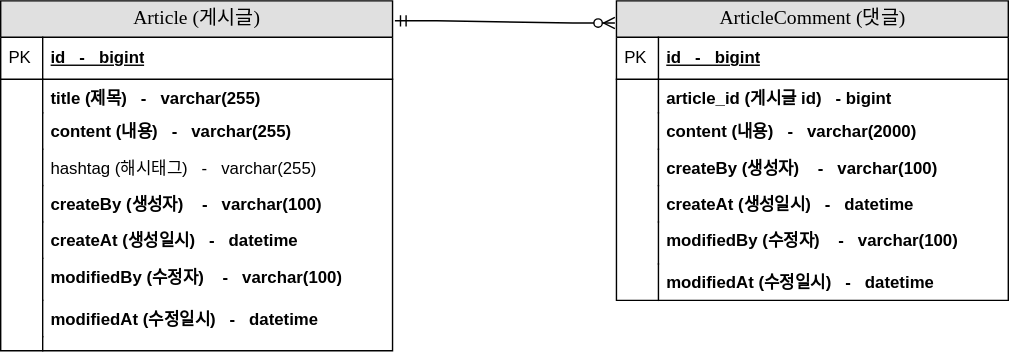
The draw.io diagram document/project-board-erd.svg in hyerinnn/basic-board, before a commit. Source tidied: cells renumbered, new cells last; positions are measured from the earlier drawing's top-left corner, leaving out a move shared by most shapes.
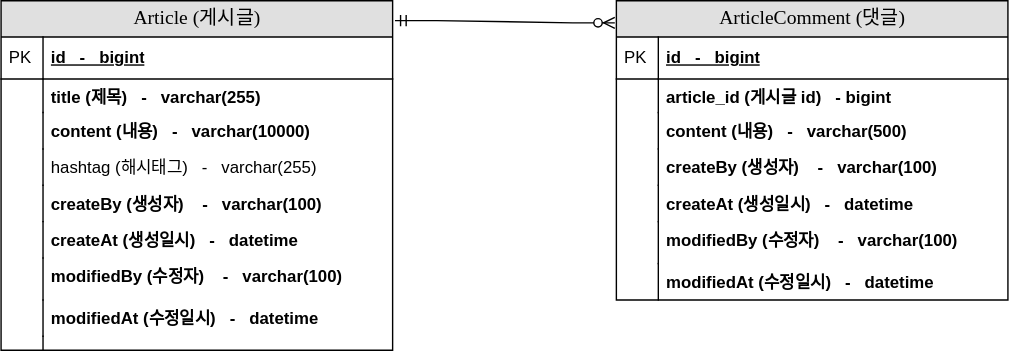
Later version of the same file.

Commit message:
#10 - erd 업데이트( content 사이즈 수정)

The edit, as a diff of the source:
```diff
@@ -17,7 +17,7 @@
     <mxCell id="6" style="shape=partialRectangle;top=0;left=0;bottom=0;html=1;fillColor=none;align=left;verticalAlign=top;spacingLeft=4;spacingRight=4;whiteSpace=wrap;overflow=hidden;" parent="5" vertex="1">
       <mxGeometry width="30" height="24" as="geometry" />
     </mxCell>
-    <mxCell id="7" value="content (내용)&amp;nbsp; &amp;nbsp;-&amp;nbsp; &amp;nbsp;varchar(255)" style="shape=partialRectangle;top=0;left=0;right=0;bottom=0;html=1;align=left;verticalAlign=top;fillColor=none;spacingLeft=34;spacingRight=4;whiteSpace=wrap;overflow=hidden;fontStyle=1;" parent="2" vertex="1">
+    <mxCell id="7" value="content (내용)&amp;nbsp; &amp;nbsp;-&amp;nbsp; &amp;nbsp;varchar(10000)" style="shape=partialRectangle;top=0;left=0;right=0;bottom=0;html=1;align=left;verticalAlign=top;fillColor=none;spacingLeft=34;spacingRight=4;whiteSpace=wrap;overflow=hidden;fontStyle=1;" parent="2" vertex="1">
       <mxGeometry y="80" width="280" height="26" as="geometry" />
     </mxCell>
     <mxCell id="8" style="shape=partialRectangle;top=0;left=0;bottom=0;html=1;fillColor=none;align=left;verticalAlign=top;spacingLeft=4;spacingRight=4;whiteSpace=wrap;overflow=hidden;" parent="7" vertex="1">
@@ -74,7 +74,7 @@
     <mxCell id="25" style="shape=partialRectangle;top=0;left=0;bottom=0;html=1;fillColor=none;align=left;verticalAlign=top;spacingLeft=4;spacingRight=4;whiteSpace=wrap;overflow=hidden;" parent="24" vertex="1">
       <mxGeometry width="30" height="24" as="geometry" />
     </mxCell>
-    <mxCell id="26" value="content (내용)&amp;nbsp; &amp;nbsp;-&amp;nbsp; &amp;nbsp;varchar(2000)" style="shape=partialRectangle;top=0;left=0;right=0;bottom=0;html=1;align=left;verticalAlign=top;fillColor=none;spacingLeft=34;spacingRight=4;whiteSpace=wrap;overflow=hidden;fontStyle=1;" parent="21" vertex="1">
+    <mxCell id="26" value="content (내용)&amp;nbsp; &amp;nbsp;-&amp;nbsp; &amp;nbsp;varchar(500)" style="shape=partialRectangle;top=0;left=0;right=0;bottom=0;html=1;align=left;verticalAlign=top;fillColor=none;spacingLeft=34;spacingRight=4;whiteSpace=wrap;overflow=hidden;fontStyle=1;" parent="21" vertex="1">
       <mxGeometry y="80" width="280" height="26" as="geometry" />
     </mxCell>
     <mxCell id="27" style="shape=partialRectangle;top=0;left=0;bottom=0;html=1;fillColor=none;align=left;verticalAlign=top;spacingLeft=4;spacingRight=4;whiteSpace=wrap;overflow=hidden;" parent="26" vertex="1">
```
